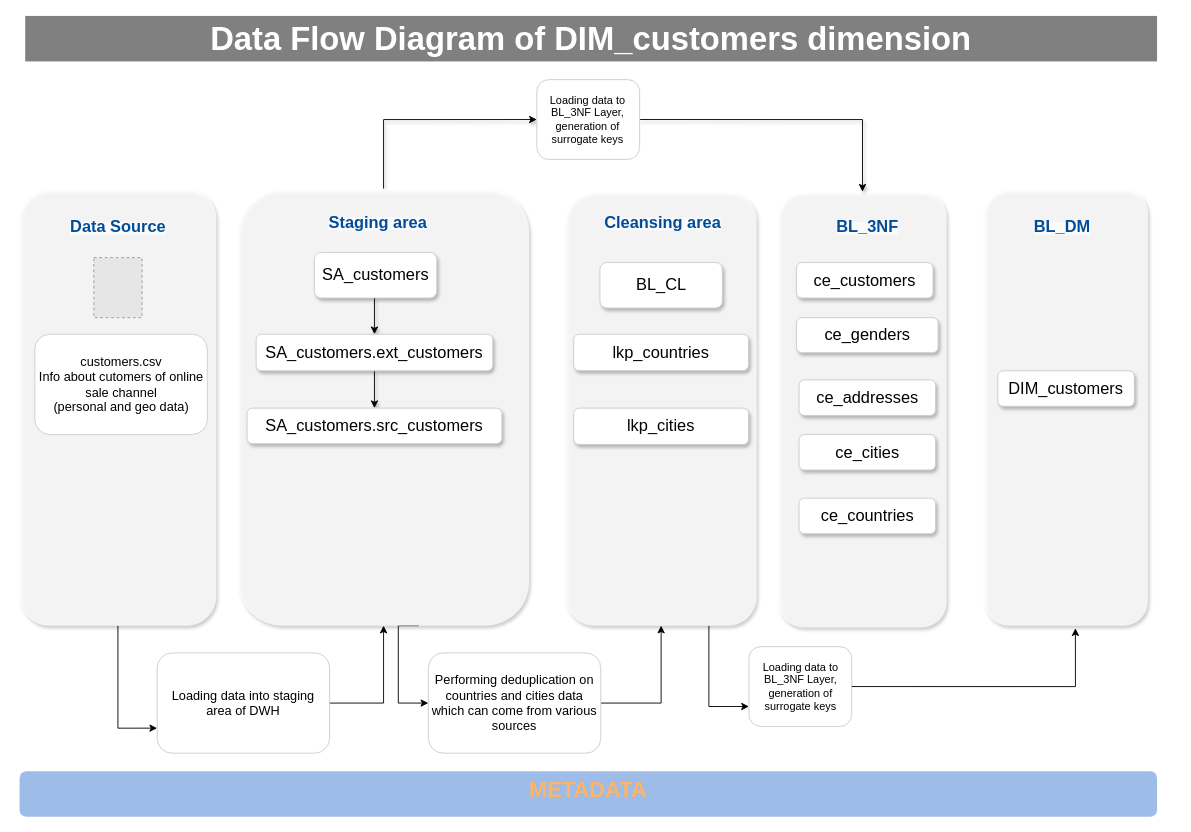
Above: Untitled Diagram.drawio in Annshimko/Homework (draw.io), before the change. Source tidied: cells renumbered, new cells numbered last; positions are measured from the earlier drawing's top-left corner, leaving out a move shared by most shapes. Both pictures are drawn from the tidied source at 91%, with x=0, y=0 at pixel (19, 15). Pictures stored in the file or linked from it are replaced by grey dashed boxes.
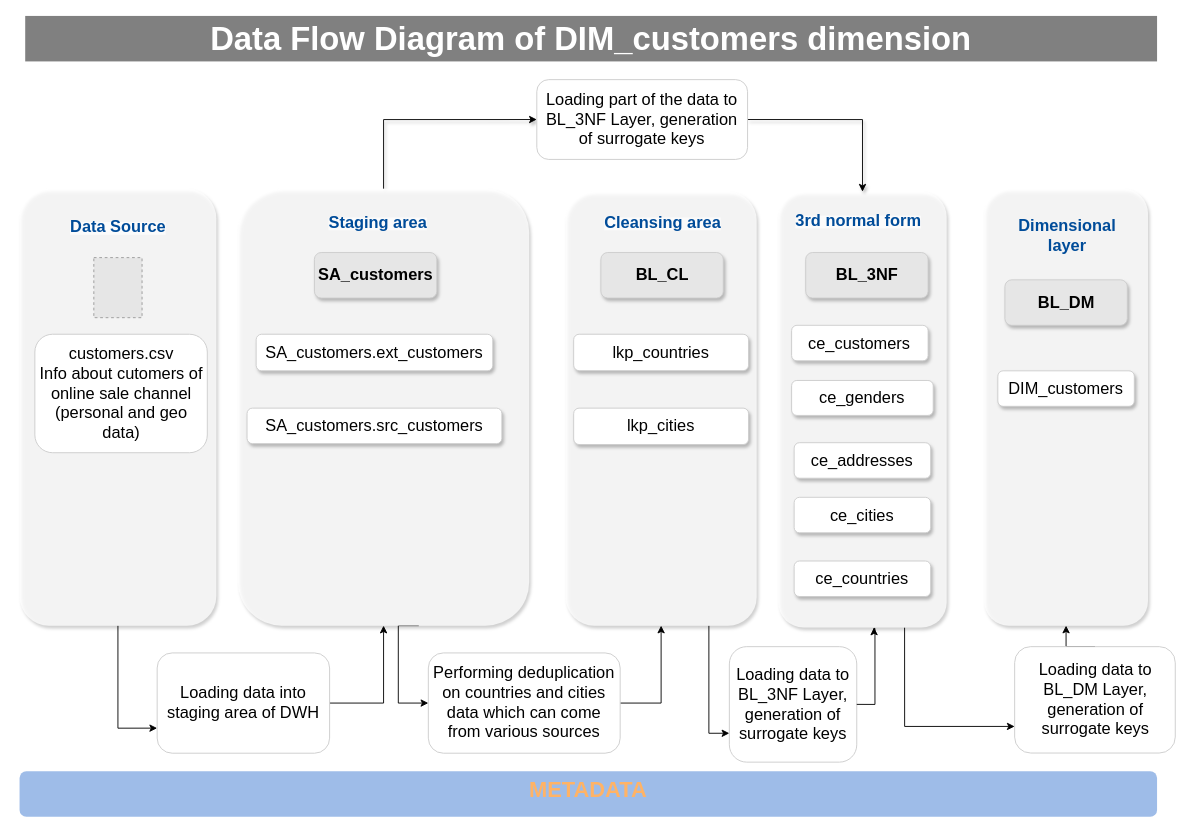
The same diagram, later.

The change refers to these unchanged cells:
```xml
<mxCell id="3" style="rounded=1;whiteSpace=wrap;html=1;dashed=1;strokeColor=none;strokeWidth=2;fillColor=#FFFFFF;fontFamily=Helvetica;fontSize=14;fontColor=#FFB366;opacity=75;verticalAlign=top;fontStyle=1;shadow=1;" parent="1" vertex="1">
  <mxGeometry x="833.8" y="193.1" width="185" height="479" as="geometry" />
</mxCell>
<mxCell id="16" style="rounded=1;whiteSpace=wrap;html=1;dashed=1;strokeColor=none;strokeWidth=2;fillColor=#FFFFFF;fontFamily=Helvetica;fontSize=14;fontColor=#FFB366;opacity=75;verticalAlign=top;fontStyle=1;shadow=1;" parent="1" vertex="1">
  <mxGeometry x="1060" y="190" width="180" height="480" as="geometry" />
</mxCell>
<mxCell id="23" value="&lt;font style=&quot;font-size: 18px;&quot;&gt;SA_customers.ext_customers&lt;/font&gt;" style="rounded=1;whiteSpace=wrap;html=1;strokeColor=#CCCCCC;shadow=1;" parent="1" vertex="1">
  <mxGeometry x="260" y="349.8" width="260" height="40.2" as="geometry" />
</mxCell>
<mxCell id="24" value="&lt;font style=&quot;font-size: 18px;&quot;&gt;SA_customers.src_customers&lt;/font&gt;" style="rounded=1;whiteSpace=wrap;html=1;strokeColor=#CCCCCC;shadow=1;" parent="1" vertex="1">
  <mxGeometry x="250" y="431" width="280" height="39" as="geometry" />
</mxCell>
```

Change to the diagram source:
```diff
@@
+    <mxCell id="42" style="edgeStyle=orthogonalEdgeStyle;rounded=0;jettySize=auto;html=1;exitX=0.75;exitY=1;exitDx=0;exitDy=0;entryX=0;entryY=0.75;entryDx=0;entryDy=0;" parent="1" edge="1" source="3" target="45">
+      <mxGeometry relative="1" as="geometry" />
+    </mxCell>
@@
-    <mxCell id="13" style="edgeStyle=orthogonalEdgeStyle;rounded=0;jettySize=auto;html=1;exitX=0.5;exitY=1;exitDx=0;exitDy=0;entryX=0.5;entryY=0;entryDx=0;entryDy=0;shadow=1;" parent="1" edge="1" source="14" target="23">
-      <mxGeometry relative="1" as="geometry" />
-    </mxCell>
-    <mxCell id="14" value="&lt;font style=&quot;font-size: 18px;&quot;&gt;SA_customers&lt;/font&gt;" style="rounded=1;whiteSpace=wrap;html=1;strokeColor=#CCCCCC;shadow=1;" parent="1" vertex="1">
+    <mxCell id="14" value="&lt;font style=&quot;font-size: 18px;&quot;&gt;&lt;b&gt;SA_customers&lt;/b&gt;&lt;/font&gt;" style="rounded=1;whiteSpace=wrap;html=1;strokeColor=#CCCCCC;shadow=1;fillColor=#E6E6E6;" parent="1" vertex="1">
       <mxGeometry x="324" y="260" width="134.5" height="50" as="geometry" />
     </mxCell>
-    <mxCell id="15" value="Loading data to BL_3NF Layer, generation of surrogate keys" style="rounded=1;whiteSpace=wrap;html=1;strokeColor=#CCCCCC;" parent="1" vertex="1">
-      <mxGeometry x="801.5" y="693.1" width="113" height="87.7" as="geometry" />
+    <mxCell id="15" value="&lt;font style=&quot;font-size: 18px;&quot;&gt;Loading data to BL_3NF Layer, generation of surrogate keys&lt;/font&gt;" style="rounded=1;whiteSpace=wrap;html=1;strokeColor=#CCCCCC;" parent="1" vertex="1">
+      <mxGeometry x="780" y="693.1" width="140" height="126.9" as="geometry" />
     </mxCell>
@@
-    <mxCell id="18" value="&lt;font style=&quot;font-size: 14px;&quot;&gt;customers.csv&lt;br&gt;Info about cutomers of online sale channel&lt;br&gt;(personal and geo data)&lt;br&gt;&lt;/font&gt;" style="rounded=1;whiteSpace=wrap;html=1;strokeColor=#CCCCCC;" parent="1" vertex="1">
-      <mxGeometry x="16.8" y="349.8" width="189.5" height="110.2" as="geometry" />
+    <mxCell id="18" value="&lt;font style=&quot;&quot;&gt;&lt;font style=&quot;font-size: 18px;&quot;&gt;customers.csv&lt;br&gt;Info about cutomers of online sale channel&lt;br&gt;(personal and geo data)&lt;/font&gt;&lt;br&gt;&lt;/font&gt;" style="rounded=1;whiteSpace=wrap;html=1;strokeColor=#CCCCCC;" parent="1" vertex="1">
+      <mxGeometry x="16.8" y="349.8" width="189.5" height="130.2" as="geometry" />
     </mxCell>
@@
-    <mxCell id="20" value="&lt;font style=&quot;font-size: 14px;&quot;&gt;Loading data into staging area of DWH&lt;br&gt;&lt;/font&gt;" style="rounded=1;whiteSpace=wrap;html=1;strokeColor=#CCCCCC;" parent="1" vertex="1">
+    <mxCell id="20" value="&lt;font style=&quot;&quot;&gt;&lt;font style=&quot;font-size: 18px;&quot;&gt;Loading data into staging area of DWH&lt;/font&gt;&lt;br&gt;&lt;/font&gt;" style="rounded=1;whiteSpace=wrap;html=1;strokeColor=#CCCCCC;" parent="1" vertex="1">
       <mxGeometry x="151.2" y="700" width="189.5" height="110.2" as="geometry" />
     </mxCell>
@@
-    <mxCell id="22" style="edgeStyle=orthogonalEdgeStyle;rounded=0;jettySize=auto;html=1;exitX=0.5;exitY=1;exitDx=0;exitDy=0;entryX=0.5;entryY=0;entryDx=0;entryDy=0;shadow=1;" parent="1" edge="1" source="23" target="24">
-      <mxGeometry relative="1" as="geometry" />
-    </mxCell>
@@
-    <mxCell id="25" value="&lt;span style=&quot;color: rgb(0, 76, 153); font-family: Helvetica; font-style: normal; font-variant-ligatures: normal; font-variant-caps: normal; letter-spacing: normal; orphans: 2; text-align: center; text-indent: 0px; text-transform: none; widows: 2; word-spacing: 0px; -webkit-text-stroke-width: 0px; background-color: rgb(251, 251, 251); text-decoration-thickness: initial; text-decoration-style: initial; text-decoration-color: initial; float: none; display: inline !important;&quot;&gt;&lt;font style=&quot;font-size: 18px;&quot;&gt;&lt;b&gt;BL_3NF&lt;/b&gt;&lt;/font&gt;&lt;/span&gt;" style="text;whiteSpace=wrap;html=1;shadow=1;" parent="1" vertex="1">
-      <mxGeometry x="896.2" y="215" width="107.5" height="32" as="geometry" />
+    <mxCell id="25" value="&lt;span style=&quot;color: rgb(0, 76, 153); font-family: Helvetica; font-style: normal; font-variant-ligatures: normal; font-variant-caps: normal; letter-spacing: normal; orphans: 2; text-align: center; text-indent: 0px; text-transform: none; widows: 2; word-spacing: 0px; -webkit-text-stroke-width: 0px; background-color: rgb(251, 251, 251); text-decoration-thickness: initial; text-decoration-style: initial; text-decoration-color: initial; float: none; display: inline !important;&quot;&gt;&lt;font style=&quot;font-size: 18px;&quot;&gt;&lt;b&gt;3rd normal form&lt;/b&gt;&lt;/font&gt;&lt;/span&gt;" style="text;whiteSpace=wrap;html=1;shadow=1;" parent="1" vertex="1">
+      <mxGeometry x="851.2" y="208" width="150" height="32" as="geometry" />
     </mxCell>
@@
     <mxCell id="27" value="&lt;font style=&quot;font-size: 18px;&quot;&gt;ce_cities&lt;/font&gt;" style="rounded=1;whiteSpace=wrap;html=1;strokeColor=#CCCCCC;shadow=1;" parent="1" vertex="1">
-      <mxGeometry x="856.6" y="460" width="150" height="39" as="geometry" />
+      <mxGeometry x="851.2" y="529" width="150" height="39" as="geometry" />
     </mxCell>
     <mxCell id="28" value="&lt;font style=&quot;font-size: 18px;&quot;&gt;ce_customers&lt;/font&gt;" style="rounded=1;whiteSpace=wrap;html=1;strokeColor=#CCCCCC;shadow=1;" parent="1" vertex="1">
-      <mxGeometry x="853.8" y="271" width="150" height="39" as="geometry" />
+      <mxGeometry x="848.4" y="340" width="150" height="39" as="geometry" />
     </mxCell>
@@
-    <mxCell id="30" value="&lt;font style=&quot;font-size: 18px;&quot;&gt;BL_CL&lt;/font&gt;" style="rounded=1;whiteSpace=wrap;html=1;strokeColor=#CCCCCC;shadow=1;" parent="1" vertex="1">
-      <mxGeometry x="637.8" y="271" width="134.5" height="50" as="geometry" />
+    <mxCell id="30" value="&lt;font style=&quot;font-size: 18px;&quot;&gt;&lt;b&gt;BL_CL&lt;/b&gt;&lt;/font&gt;" style="rounded=1;whiteSpace=wrap;html=1;strokeColor=#CCCCCC;shadow=1;fillColor=#E6E6E6;" parent="1" vertex="1">
+      <mxGeometry x="638.8" y="260" width="134.5" height="50" as="geometry" />
     </mxCell>
@@
-    <mxCell id="34" value="&lt;font style=&quot;font-size: 14px;&quot;&gt;Performing deduplication on countries and cities data which can come from various sources&lt;br&gt;&lt;/font&gt;" style="rounded=1;whiteSpace=wrap;html=1;strokeColor=#CCCCCC;" parent="1" vertex="1">
-      <mxGeometry x="449.2" y="700" width="189.5" height="110.2" as="geometry" />
+    <mxCell id="34" value="&lt;font style=&quot;&quot;&gt;&lt;font style=&quot;font-size: 18px;&quot;&gt;Performing deduplication on countries and cities data which can come from various sources&lt;/font&gt;&lt;br&gt;&lt;/font&gt;" style="rounded=1;whiteSpace=wrap;html=1;strokeColor=#CCCCCC;" parent="1" vertex="1">
+      <mxGeometry x="449.2" y="700" width="210.8" height="110.2" as="geometry" />
     </mxCell>
     <mxCell id="35" value="&lt;font style=&quot;font-size: 18px;&quot;&gt;ce_addresses&lt;/font&gt;" style="rounded=1;whiteSpace=wrap;html=1;strokeColor=#CCCCCC;shadow=1;" parent="1" vertex="1">
-      <mxGeometry x="856.6" y="400" width="150" height="39" as="geometry" />
+      <mxGeometry x="851.2" y="469" width="150" height="39" as="geometry" />
     </mxCell>
@@
-    <mxCell id="37" value="Loading data to BL_3NF Layer, generation of surrogate keys" style="rounded=1;whiteSpace=wrap;html=1;strokeColor=#CCCCCC;" parent="1" vertex="1">
-      <mxGeometry x="568.4" y="70" width="113" height="87.7" as="geometry" />
+    <mxCell id="37" value="&lt;font style=&quot;font-size: 18px;&quot;&gt;Loading part of the data to BL_3NF Layer, generation of surrogate keys&lt;/font&gt;" style="rounded=1;whiteSpace=wrap;html=1;strokeColor=#CCCCCC;" parent="1" vertex="1">
+      <mxGeometry x="568.4" y="70" width="231.6" height="87.7" as="geometry" />
     </mxCell>
-    <mxCell id="38" value="&lt;span style=&quot;color: rgb(0, 76, 153); font-family: Helvetica; font-style: normal; font-variant-ligatures: normal; font-variant-caps: normal; letter-spacing: normal; orphans: 2; text-align: center; text-indent: 0px; text-transform: none; widows: 2; word-spacing: 0px; -webkit-text-stroke-width: 0px; background-color: rgb(251, 251, 251); text-decoration-thickness: initial; text-decoration-style: initial; text-decoration-color: initial; float: none; display: inline !important;&quot;&gt;&lt;font style=&quot;font-size: 18px;&quot;&gt;&lt;b&gt;BL_DM&lt;/b&gt;&lt;/font&gt;&lt;/span&gt;" style="text;whiteSpace=wrap;html=1;shadow=1;" parent="1" vertex="1">
-      <mxGeometry x="1112.5" y="215" width="107.5" height="32" as="geometry" />
+    <mxCell id="38" value="&lt;div style=&quot;text-align: center;&quot;&gt;&lt;span style=&quot;background-color: initial; font-size: 18px;&quot;&gt;&lt;font color=&quot;#004c99&quot;&gt;&lt;b&gt;Dimensional layer&lt;/b&gt;&lt;/font&gt;&lt;/span&gt;&lt;/div&gt;" style="text;whiteSpace=wrap;html=1;shadow=1;" parent="1" vertex="1">
+      <mxGeometry x="1096.2" y="214" width="107.5" height="32" as="geometry" />
     </mxCell>
-    <mxCell id="39" style="edgeStyle=orthogonalEdgeStyle;rounded=0;jettySize=auto;html=1;exitX=1;exitY=0.5;exitDx=0;exitDy=0;entryX=0.557;entryY=1.006;entryDx=0;entryDy=0;entryPerimeter=0;" parent="1" edge="1" source="15" target="16">
-      <mxGeometry relative="1" as="geometry" />
-    </mxCell>
     <mxCell id="40" value="&lt;font style=&quot;font-size: 18px;&quot;&gt;ce_genders&lt;/font&gt;" style="rounded=1;whiteSpace=wrap;html=1;strokeColor=#CCCCCC;shadow=1;" parent="1" vertex="1">
-      <mxGeometry x="853.8" y="331.6" width="155.6" height="38.4" as="geometry" />
+      <mxGeometry x="848.4" y="400.6" width="155.6" height="38.4" as="geometry" />
     </mxCell>
     <mxCell id="41" value="&lt;font style=&quot;font-size: 18px;&quot;&gt;ce_countries&lt;/font&gt;" style="rounded=1;whiteSpace=wrap;html=1;strokeColor=#CCCCCC;shadow=1;" parent="1" vertex="1">
-      <mxGeometry x="856.6" y="530" width="150" height="39" as="geometry" />
+      <mxGeometry x="851.2" y="599" width="150" height="39" as="geometry" />
     </mxCell>
+    <mxCell id="43" style="edgeStyle=orthogonalEdgeStyle;rounded=0;jettySize=auto;html=1;exitX=1;exitY=0.5;exitDx=0;exitDy=0;entryX=0.568;entryY=1;entryDx=0;entryDy=0;entryPerimeter=0;" parent="1" edge="1" source="15" target="3">
+      <mxGeometry relative="1" as="geometry" />
+    </mxCell>
+    <mxCell id="44" style="edgeStyle=orthogonalEdgeStyle;rounded=0;jettySize=auto;html=1;exitX=0.5;exitY=0;exitDx=0;exitDy=0;entryX=0.5;entryY=1;entryDx=0;entryDy=0;" parent="1" edge="1" source="45" target="16">
+      <mxGeometry relative="1" as="geometry" />
+    </mxCell>
+    <mxCell id="45" value="&lt;font style=&quot;font-size: 18px;&quot;&gt;Loading data to BL_DM Layer, generation of surrogate keys&lt;/font&gt;" style="rounded=1;whiteSpace=wrap;html=1;strokeColor=#CCCCCC;" parent="1" vertex="1">
+      <mxGeometry x="1093.5" y="693.1" width="176.5" height="116.9" as="geometry" />
+    </mxCell>
+    <mxCell id="46" value="&lt;font style=&quot;font-size: 18px;&quot;&gt;&lt;b&gt;BL_3NF&lt;/b&gt;&lt;/font&gt;" style="rounded=1;whiteSpace=wrap;html=1;strokeColor=#CCCCCC;shadow=1;fillColor=#E6E6E6;" parent="1" vertex="1">
+      <mxGeometry x="863.9" y="260" width="134.5" height="50" as="geometry" />
+    </mxCell>
+    <mxCell id="47" value="&lt;font style=&quot;font-size: 18px;&quot;&gt;&lt;b&gt;BL_DM&lt;/b&gt;&lt;/font&gt;" style="rounded=1;whiteSpace=wrap;html=1;strokeColor=#CCCCCC;shadow=1;fillColor=#E6E6E6;" parent="1" vertex="1">
+      <mxGeometry x="1082.8" y="290" width="134.5" height="50" as="geometry" />
+    </mxCell>
```
